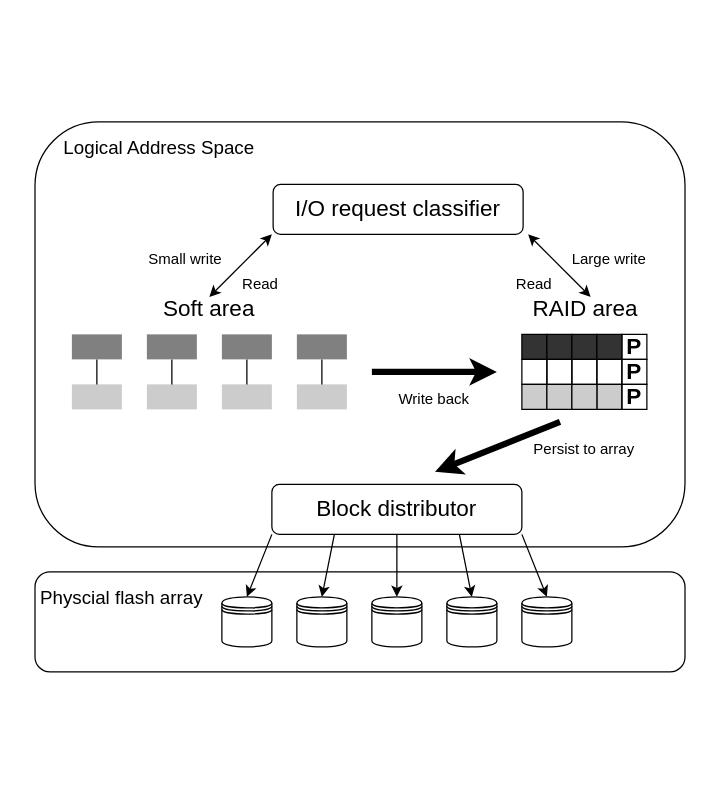
Earlier version of the draw.io diagram expandRAID/architecture.drawio (Icarusradio/Pictures). Source tidied: cells renumbered, new cells numbered last; positions are measured from the earlier drawing's top-left corner, leaving out a move shared by most shapes. Both pictures are drawn from the tidied source at 125%, with x=0, y=0 at pixel (21, 121).
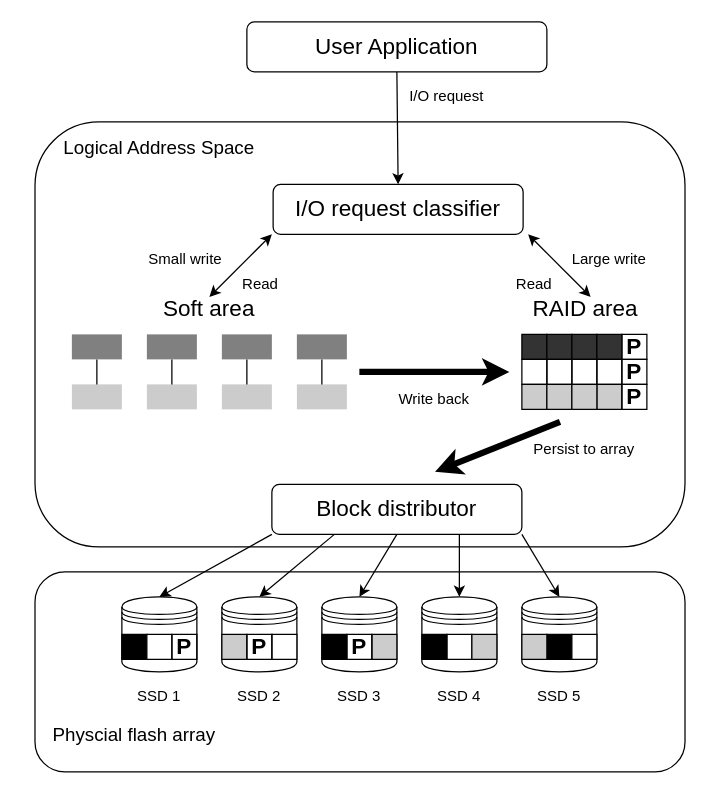
After the change.

The change refers to these unchanged cells:
```xml
<mxCell id="4" value="&lt;font style=&quot;font-size: 18px;&quot;&gt;I/O request classifier&lt;/font&gt;" style="rounded=1;whiteSpace=wrap;html=1;fillColor=none;" parent="1" vertex="1">
  <mxGeometry x="201" y="50" width="200" height="40" as="geometry" />
</mxCell>
```

Diff of the diagram source:
```diff
@@
     <mxCell id="2" style="shape=datastore;whiteSpace=wrap;html=1;" parent="1" vertex="1">
-      <mxGeometry x="160" y="380" width="40" height="40" as="geometry" />
+      <mxGeometry x="80" y="380" width="60" height="60" as="geometry" />
     </mxCell>
@@
-    <mxCell id="23" style="endArrow=classic;html=1;rounded=0;strokeWidth=5;" parent="1" edge="1">
-      <mxGeometry relative="1" as="geometry">
-        <mxPoint x="280" y="200" as="sourcePoint" />
-        <mxPoint x="380" y="200" as="targetPoint" />
-      </mxGeometry>
-    </mxCell>
@@
     <mxCell id="36" style="shape=datastore;whiteSpace=wrap;html=1;" parent="1" vertex="1">
-      <mxGeometry x="220" y="380" width="40" height="40" as="geometry" />
+      <mxGeometry x="160" y="380" width="60" height="60" as="geometry" />
     </mxCell>
     <mxCell id="37" style="shape=datastore;whiteSpace=wrap;html=1;" parent="1" vertex="1">
-      <mxGeometry x="280" y="380" width="40" height="40" as="geometry" />
+      <mxGeometry x="240" y="380" width="60" height="60" as="geometry" />
     </mxCell>
     <mxCell id="38" style="shape=datastore;whiteSpace=wrap;html=1;" parent="1" vertex="1">
-      <mxGeometry x="340" y="380" width="40" height="40" as="geometry" />
+      <mxGeometry x="320" y="380" width="60" height="60" as="geometry" />
     </mxCell>
     <mxCell id="39" style="shape=datastore;whiteSpace=wrap;html=1;" parent="1" vertex="1">
-      <mxGeometry x="400" y="380" width="40" height="40" as="geometry" />
+      <mxGeometry x="400" y="380" width="60" height="60" as="geometry" />
     </mxCell>
@@
-    <mxCell id="49" style="rounded=1;whiteSpace=wrap;html=1;fillColor=none;" parent="1" vertex="1">
-      <mxGeometry x="10.5" width="520" height="340" as="geometry" />
-    </mxCell>
     <mxCell id="50" style="rounded=1;whiteSpace=wrap;html=1;fillColor=none;" parent="1" vertex="1">
-      <mxGeometry x="10.5" y="360" width="520" height="80" as="geometry" />
+      <mxGeometry x="10.5" y="360" width="520" height="160" as="geometry" />
     </mxCell>
@@
     <mxCell id="56" value="Physcial flash array" style="rounded=0;whiteSpace=wrap;html=1;fillColor=none;strokeColor=none;fontSize=15;fontFamily=Helvetica;" parent="1" vertex="1">
-      <mxGeometry y="360" width="160" height="40" as="geometry" />
+      <mxGeometry x="10" y="470" width="160" height="40" as="geometry" />
     </mxCell>
+    <mxCell id="57" value="User Application" style="rounded=1;whiteSpace=wrap;html=1;fillColor=none;fontSize=18;" parent="1" vertex="1">
+      <mxGeometry x="180" y="-80" width="240" height="40" as="geometry" />
+    </mxCell>
+    <mxCell id="58" style="endArrow=classic;html=1;rounded=0;exitX=0.5;exitY=1;exitDx=0;exitDy=0;entryX=0.5;entryY=0;entryDx=0;entryDy=0;" parent="1" edge="1" source="57" target="4">
+      <mxGeometry relative="1" as="geometry" />
+    </mxCell>
+    <mxCell id="49" style="rounded=1;whiteSpace=wrap;html=1;fillColor=none;" parent="1" vertex="1">
+      <mxGeometry x="10.5" width="520" height="340" as="geometry" />
+    </mxCell>
+    <mxCell id="59" value="I/O request" style="rounded=0;whiteSpace=wrap;html=1;fillColor=none;strokeColor=none;" parent="1" vertex="1">
+      <mxGeometry x="300" y="-30" width="80" height="20" as="geometry" />
+    </mxCell>
+    <mxCell id="60" style="endArrow=classic;html=1;rounded=0;strokeWidth=5;" parent="1" edge="1">
+      <mxGeometry relative="1" as="geometry">
+        <mxPoint x="270" y="200" as="sourcePoint" />
+        <mxPoint x="390" y="200" as="targetPoint" />
+      </mxGeometry>
+    </mxCell>
+    <mxCell id="61" style="rounded=0;whiteSpace=wrap;html=1;fillColor=#000000;" parent="1" vertex="1">
+      <mxGeometry x="420" y="410" width="20" height="20" as="geometry" />
+    </mxCell>
+    <mxCell id="62" style="rounded=0;whiteSpace=wrap;html=1;fillColor=#FFFFFF;" parent="1" vertex="1">
+      <mxGeometry x="340" y="410" width="20" height="20" as="geometry" />
+    </mxCell>
+    <mxCell id="63" style="rounded=0;whiteSpace=wrap;html=1;fillColor=#CCCCCC;" parent="1" vertex="1">
+      <mxGeometry x="400" y="410" width="20" height="20" as="geometry" />
+    </mxCell>
+    <mxCell id="64" style="rounded=0;whiteSpace=wrap;html=1;fillColor=#000000;" parent="1" vertex="1">
+      <mxGeometry x="80" y="410" width="20" height="20" as="geometry" />
+    </mxCell>
+    <mxCell id="65" style="rounded=0;whiteSpace=wrap;html=1;fillColor=#000000;" parent="1" vertex="1">
+      <mxGeometry x="240" y="410" width="20" height="20" as="geometry" />
+    </mxCell>
+    <mxCell id="66" style="rounded=0;whiteSpace=wrap;html=1;fillColor=#000000;" parent="1" vertex="1">
+      <mxGeometry x="320" y="410" width="20" height="20" as="geometry" />
+    </mxCell>
+    <mxCell id="67" style="rounded=0;whiteSpace=wrap;html=1;fillColor=#FFFFFF;" parent="1" vertex="1">
+      <mxGeometry x="100" y="410" width="20" height="20" as="geometry" />
+    </mxCell>
+    <mxCell id="68" style="rounded=0;whiteSpace=wrap;html=1;fillColor=#FFFFFF;" parent="1" vertex="1">
+      <mxGeometry x="200" y="410" width="20" height="20" as="geometry" />
+    </mxCell>
+    <mxCell id="69" style="rounded=0;whiteSpace=wrap;html=1;fillColor=#FFFFFF;" parent="1" vertex="1">
+      <mxGeometry x="440" y="410" width="20" height="20" as="geometry" />
+    </mxCell>
+    <mxCell id="70" style="rounded=0;whiteSpace=wrap;html=1;fillColor=#CCCCCC;" parent="1" vertex="1">
+      <mxGeometry x="160" y="410" width="20" height="20" as="geometry" />
+    </mxCell>
+    <mxCell id="71" style="rounded=0;whiteSpace=wrap;html=1;fillColor=#CCCCCC;" parent="1" vertex="1">
+      <mxGeometry x="280" y="410" width="20" height="20" as="geometry" />
+    </mxCell>
+    <mxCell id="72" style="rounded=0;whiteSpace=wrap;html=1;fillColor=#CCCCCC;" parent="1" vertex="1">
+      <mxGeometry x="360" y="410" width="20" height="20" as="geometry" />
+    </mxCell>
+    <mxCell id="73" value="P" style="rounded=0;whiteSpace=wrap;html=1;fillColor=none;fontStyle=1;fontSize=18;" parent="1" vertex="1">
+      <mxGeometry x="120" y="410" width="20" height="20" as="geometry" />
+    </mxCell>
+    <mxCell id="74" value="P" style="rounded=0;whiteSpace=wrap;html=1;fillColor=none;fontStyle=1;fontSize=18;" parent="1" vertex="1">
+      <mxGeometry x="180" y="410" width="20" height="20" as="geometry" />
+    </mxCell>
+    <mxCell id="75" value="P" style="rounded=0;whiteSpace=wrap;html=1;fillColor=none;fontStyle=1;fontSize=18;" parent="1" vertex="1">
+      <mxGeometry x="260" y="410" width="20" height="20" as="geometry" />
+    </mxCell>
+    <mxCell id="76" value="SSD 1" style="rounded=0;whiteSpace=wrap;html=1;fillColor=none;strokeColor=none;fontSize=12;fontFamily=Helvetica;" parent="1" vertex="1">
+      <mxGeometry x="80" y="450" width="60" height="20" as="geometry" />
+    </mxCell>
+    <mxCell id="77" value="SSD 2" style="rounded=0;whiteSpace=wrap;html=1;fillColor=none;strokeColor=none;fontSize=12;fontFamily=Helvetica;" parent="1" vertex="1">
+      <mxGeometry x="160" y="450" width="60" height="20" as="geometry" />
+    </mxCell>
+    <mxCell id="78" value="SSD 3" style="rounded=0;whiteSpace=wrap;html=1;fillColor=none;strokeColor=none;fontSize=12;fontFamily=Helvetica;" parent="1" vertex="1">
+      <mxGeometry x="240" y="450" width="60" height="20" as="geometry" />
+    </mxCell>
+    <mxCell id="79" value="SSD 4" style="rounded=0;whiteSpace=wrap;html=1;fillColor=none;strokeColor=none;fontSize=12;fontFamily=Helvetica;" parent="1" vertex="1">
+      <mxGeometry x="320" y="450" width="60" height="20" as="geometry" />
+    </mxCell>
+    <mxCell id="80" value="SSD 5" style="rounded=0;whiteSpace=wrap;html=1;fillColor=none;strokeColor=none;fontSize=12;fontFamily=Helvetica;" parent="1" vertex="1">
+      <mxGeometry x="400" y="450" width="60" height="20" as="geometry" />
+    </mxCell>
```
